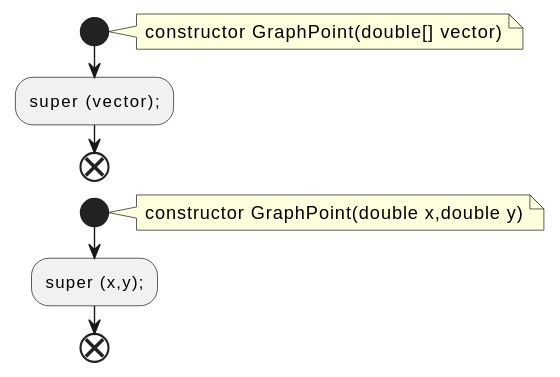
Above: docs/qc/src/jcckit/graphic/GraphPoint.java.fct.svg in qualitesys/plantuml (PlantUML), before the change.
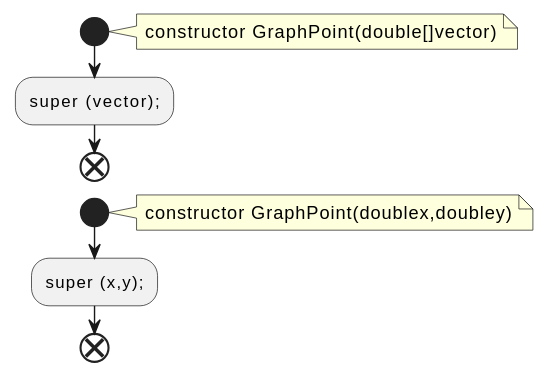
The same file after the commit.

The edit, as a diff of the source:
```diff
@@ -2,13 +2,13 @@
 !pragma layout smetana
 start
 note right
-constructor GraphPoint(double[] vector)
+constructor GraphPoint(double[]vector)
 end note
 :super (vector);;
 end
 start
 note right
-constructor GraphPoint(double x,double y)
+constructor GraphPoint(doublex,doubley)
 end note
 :super (x,y);;
 end
```
